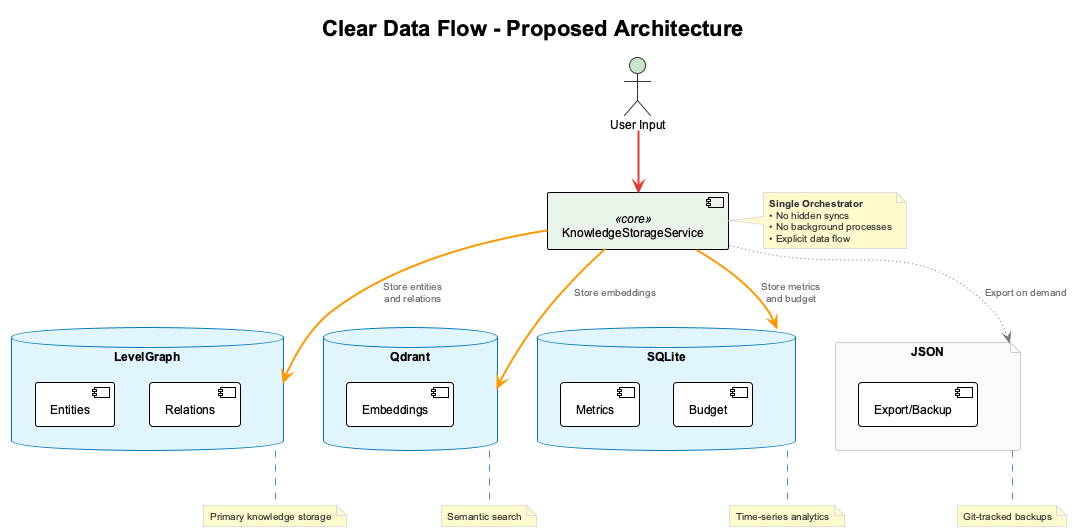
Before: docs/images/storage-data-flow.png, a diagram exported from PlantUML (fwornle/coding).
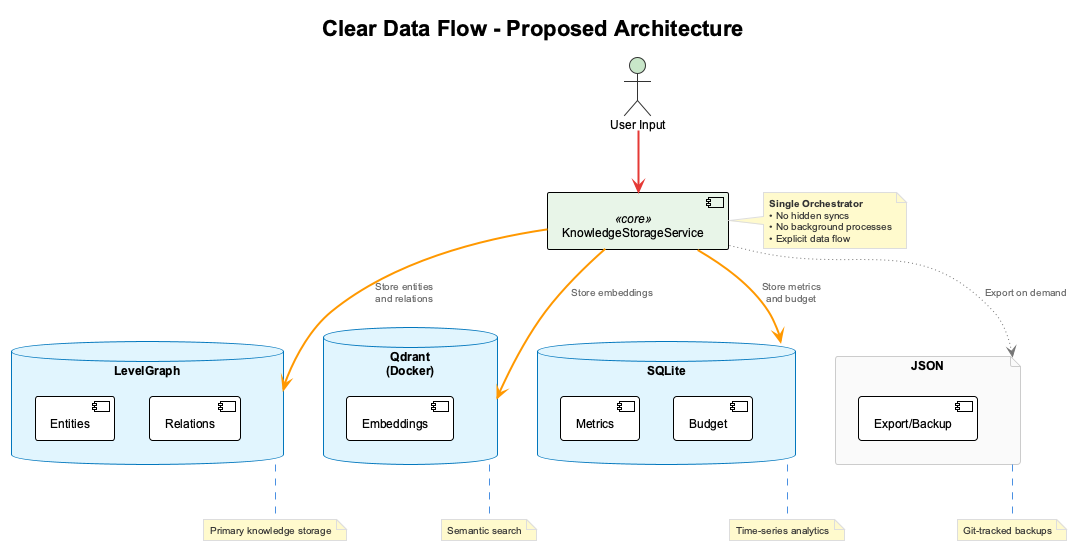
Above is the later version.

Diff of the diagram source:
```diff
@@ -11,7 +11,7 @@
   [Relations]
 }
 
-database "Qdrant" as qdrant {
+database "Qdrant\n(Docker)" as qdrant {
   [Embeddings]
 }
 
```
